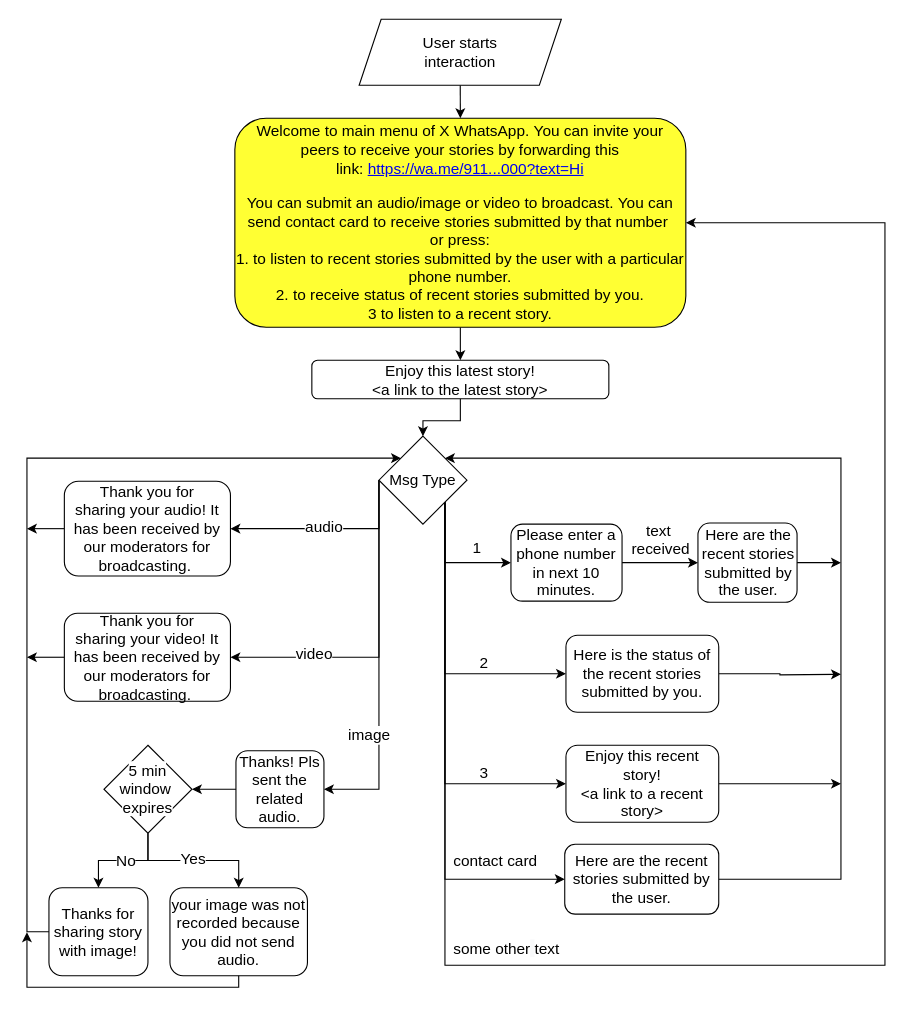
Above: page "PDF Flow7" (10 of 10) of DisseminationFlow.drawio in PriyankaVerma98/CGNetSwara-WhatsApp (draw.io), before the change. Source tidied: cells renumbered, new cells numbered last; positions are measured from the earlier drawing's top-left corner, leaving out a move shared by most shapes. Both pictures are drawn from the tidied source at 110%, with x=0, y=0 at pixel (-282, 19).
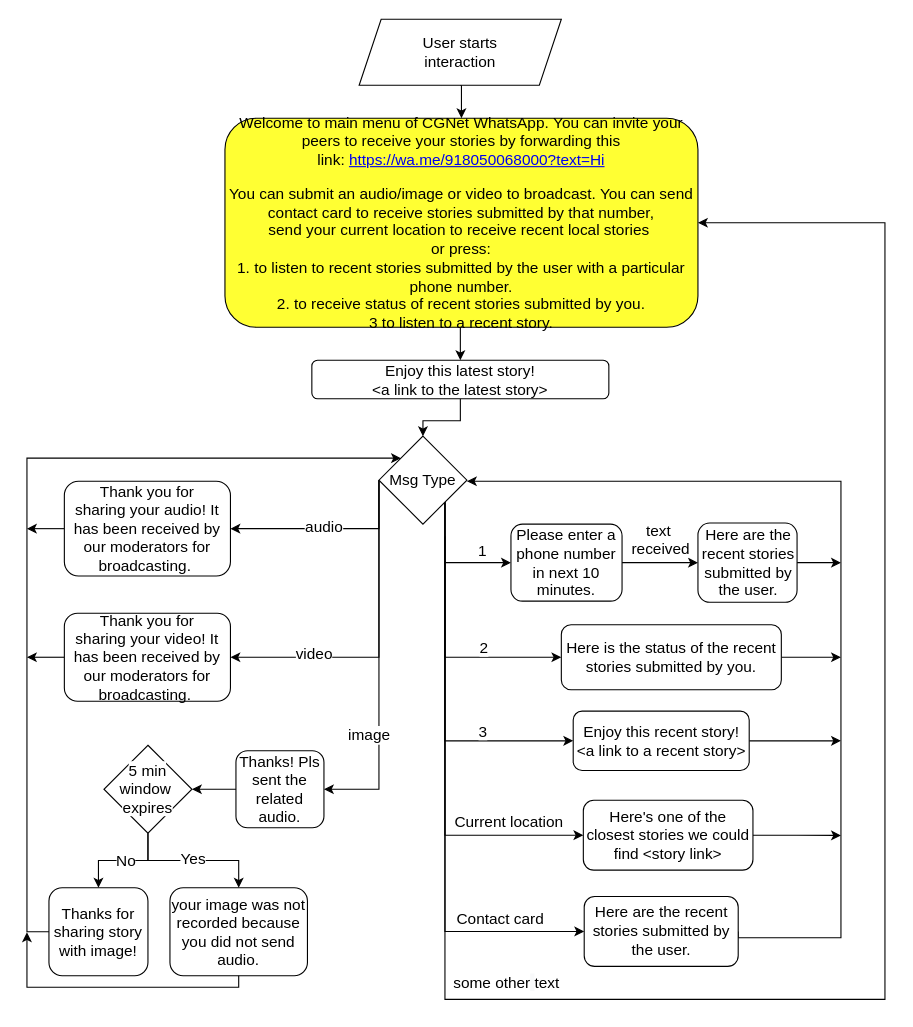
The same diagram, later.

The change refers to these unchanged cells:
```xml
<mxCell id="11" style="edgeStyle=orthogonalEdgeStyle;rounded=0;jettySize=auto;html=1;exitX=1;exitY=1;exitDx=0;exitDy=0;entryX=0;entryY=0.5;entryDx=0;entryDy=0;" parent="1" edge="1" source="16" target="32">
  <mxGeometry relative="1" as="geometry">
    <Array as="points">
      <mxPoint x="660" y="494" />
    </Array>
  </mxGeometry>
</mxCell>
<mxCell id="16" value="&lt;font style=&quot;font-size: 14px&quot;&gt;Msg Type&lt;/font&gt;" style="rhombus;whiteSpace=wrap;html=1;" parent="1" vertex="1">
  <mxGeometry x="600" y="379" width="80" height="80" as="geometry" />
</mxCell>
```

Diff of the diagram source:
```diff
@@
-    <mxCell id="10" style="edgeStyle=orthogonalEdgeStyle;rounded=0;jettySize=auto;html=1;entryX=1;entryY=0.5;entryDx=0;entryDy=0;exitX=1;exitY=1;exitDx=0;exitDy=0;" parent="1" edge="1" source="16" target="21">
+    <mxCell id="10" style="edgeStyle=orthogonalEdgeStyle;rounded=0;jettySize=auto;html=1;entryX=1;entryY=0.5;entryDx=0;entryDy=0;exitX=1;exitY=1;exitDx=0;exitDy=0;" parent="1" edge="1" target="21">
       <mxGeometry relative="1" as="geometry">
+        <mxPoint x="660" y="470" as="sourcePoint" />
         <Array as="points">
-          <mxPoint x="660" y="860" />
-          <mxPoint x="1060" y="860" />
+          <mxPoint x="660" y="891" />
+          <mxPoint x="1060" y="891" />
           <mxPoint x="1060" y="185" />
         </Array>
       </mxGeometry>
     </mxCell>
@@
     <mxCell id="12" value="&lt;span style=&quot;font-size: 14px&quot;&gt;1&lt;/span&gt;" style="edgeLabel;html=1;align=center;verticalAlign=middle;" parent="11" vertex="1">
       <mxGeometry x="0.45" y="-4" relative="1" as="geometry">
-        <mxPoint y="-18" as="offset" />
+        <mxPoint x="5" y="-16" as="offset" />
       </mxGeometry>
     </mxCell>
-    <mxCell id="13" style="edgeStyle=orthogonalEdgeStyle;rounded=0;jettySize=auto;html=1;exitX=1;exitY=1;exitDx=0;exitDy=0;entryX=0;entryY=0.5;entryDx=0;entryDy=0;" parent="1" edge="1" source="16" target="34">
+    <mxCell id="13" style="edgeStyle=orthogonalEdgeStyle;rounded=0;jettySize=auto;html=1;exitX=1;exitY=1;exitDx=0;exitDy=0;entryX=0;entryY=0.5;entryDx=0;entryDy=0;" parent="1" edge="1" target="34">
       <mxGeometry relative="1" as="geometry">
+        <mxPoint x="660" y="430" as="sourcePoint" />
         <Array as="points">
-          <mxPoint x="660" y="595" />
+          <mxPoint x="660" y="580" />
         </Array>
       </mxGeometry>
     </mxCell>
     <mxCell id="14" style="edgeStyle=orthogonalEdgeStyle;rounded=0;jettySize=auto;html=1;exitX=1;exitY=1;exitDx=0;exitDy=0;entryX=0;entryY=0.5;entryDx=0;entryDy=0;" parent="1" edge="1" source="16" target="38">
       <mxGeometry relative="1" as="geometry">
         <Array as="points">
-          <mxPoint x="660" y="695" />
+          <mxPoint x="660" y="656" />
         </Array>
       </mxGeometry>
     </mxCell>
-    <mxCell id="15" style="edgeStyle=orthogonalEdgeStyle;rounded=0;jettySize=auto;html=1;exitX=1;exitY=1;exitDx=0;exitDy=0;entryX=0;entryY=0.5;entryDx=0;entryDy=0;" parent="1" edge="1" source="16" target="40">
+    <mxCell id="15" style="edgeStyle=orthogonalEdgeStyle;rounded=0;jettySize=auto;html=1;exitX=1;exitY=1;exitDx=0;exitDy=0;entryX=0;entryY=0.5;entryDx=0;entryDy=0;" parent="1" edge="1" target="40">
       <mxGeometry relative="1" as="geometry">
+        <mxPoint x="660" y="492" as="sourcePoint" />
         <Array as="points">
-          <mxPoint x="660" y="782" />
+          <mxPoint x="660" y="829" />
         </Array>
       </mxGeometry>
     </mxCell>
+    <mxCell id="57" style="edgeStyle=orthogonalEdgeStyle;rounded=0;jettySize=auto;html=1;exitX=1;exitY=1;exitDx=0;exitDy=0;entryX=0;entryY=0.5;entryDx=0;entryDy=0;" parent="1" edge="1" source="16" target="59">
+      <mxGeometry relative="1" as="geometry">
+        <Array as="points">
+          <mxPoint x="660" y="742" />
+        </Array>
+      </mxGeometry>
+    </mxCell>
@@
-    <mxCell id="21" value="&lt;div&gt;&lt;font style=&quot;font-size: 14px&quot;&gt;&lt;span&gt;&lt;br&gt;&lt;/span&gt;&lt;/font&gt;&lt;/div&gt;&lt;div&gt;&lt;font style=&quot;font-size: 14px&quot;&gt;&lt;span&gt;Welcome to main menu of X WhatsApp.&amp;nbsp;&lt;/span&gt;&lt;span&gt;You can invite your peers to receive your stories by forwarding this link:&amp;nbsp;&lt;/span&gt;&lt;a href=&quot;https://wa.me/918050068000?text=Hi&quot;&gt;https://wa.me/911...000?text=Hi&lt;/a&gt;&lt;/font&gt;&lt;/div&gt;&lt;div&gt;&lt;br&gt;&lt;/div&gt;&lt;div&gt;&lt;font style=&quot;font-size: 14px&quot;&gt;You can submit an audio/image or video to broadcast.&amp;nbsp;&lt;/font&gt;&lt;font style=&quot;font-size: 14px&quot;&gt;You can send contact card to receive stories submitted by that number&amp;nbsp;&lt;/font&gt;&lt;/div&gt;&lt;div&gt;&lt;span style=&quot;font-size: 14px&quot;&gt;or press:&lt;/span&gt;&lt;/div&gt;&lt;div&gt;&lt;font style=&quot;font-size: 14px&quot;&gt;1.&amp;nbsp;&lt;/font&gt;&lt;span style=&quot;font-size: 14px&quot;&gt;to listen to recent stories submitted by the user with a particular phone number.&lt;/span&gt;&lt;/div&gt;&lt;div&gt;&lt;font style=&quot;font-size: 14px&quot;&gt;&lt;font&gt;2. to receive status of recent stories submitted by you&lt;/font&gt;.&lt;/font&gt;&lt;/div&gt;&lt;div&gt;&lt;font style=&quot;font-size: 14px&quot;&gt;3 to listen to a recent story.&lt;br&gt;&lt;/font&gt;&lt;/div&gt;&lt;div&gt;&lt;font style=&quot;font-size: 14px&quot;&gt;&lt;br&gt;&lt;/font&gt;&lt;/div&gt;" style="rounded=1;whiteSpace=wrap;html=1;fillColor=#FFFF33;" parent="1" vertex="1">
-      <mxGeometry x="469" y="90" width="410" height="190" as="geometry" />
+    <mxCell id="21" value="&lt;div&gt;&lt;font style=&quot;font-size: 14px&quot;&gt;&lt;span&gt;&lt;br&gt;&lt;/span&gt;&lt;/font&gt;&lt;/div&gt;&lt;div&gt;&lt;font style=&quot;font-size: 14px&quot;&gt;&lt;span&gt;Welcome to main menu of CGNet WhatsApp.&amp;nbsp;&lt;/span&gt;&lt;span&gt;You can invite your peers to receive your stories by forwarding this link:&amp;nbsp;&lt;/span&gt;&lt;a href=&quot;https://wa.me/918050068000?text=Hi&quot;&gt;https://wa.me/918050068000?text=Hi&lt;/a&gt;&lt;/font&gt;&lt;/div&gt;&lt;div&gt;&lt;br&gt;&lt;/div&gt;&lt;div&gt;&lt;font style=&quot;font-size: 14px&quot;&gt;You can submit an audio/image or video to broadcast.&amp;nbsp;&lt;/font&gt;&lt;font style=&quot;font-size: 14px&quot;&gt;You can send contact card to receive stories submitted by that number,&lt;/font&gt;&lt;/div&gt;&lt;div&gt;&lt;font style=&quot;font-size: 14px&quot;&gt;send your current location to receive recent local stories&amp;nbsp;&lt;/font&gt;&lt;/div&gt;&lt;div&gt;&lt;span style=&quot;font-size: 14px&quot;&gt;or press:&lt;/span&gt;&lt;/div&gt;&lt;div&gt;&lt;font style=&quot;font-size: 14px&quot;&gt;1.&amp;nbsp;&lt;/font&gt;&lt;span style=&quot;font-size: 14px&quot;&gt;to listen to recent stories submitted by the user with a particular phone number.&lt;/span&gt;&lt;/div&gt;&lt;div&gt;&lt;font style=&quot;font-size: 14px&quot;&gt;&lt;font&gt;2. to receive status of recent stories submitted by you&lt;/font&gt;.&lt;/font&gt;&lt;/div&gt;&lt;div&gt;&lt;font style=&quot;font-size: 14px&quot;&gt;3 to listen to a recent story.&lt;br&gt;&lt;/font&gt;&lt;/div&gt;&lt;div&gt;&lt;font style=&quot;font-size: 14px&quot;&gt;&lt;br&gt;&lt;/font&gt;&lt;/div&gt;" style="rounded=1;whiteSpace=wrap;html=1;fillColor=#FFFF33;" parent="1" vertex="1">
+      <mxGeometry x="460" y="90" width="430" height="190" as="geometry" />
     </mxCell>
@@
     <mxCell id="33" style="edgeStyle=orthogonalEdgeStyle;rounded=0;jettySize=auto;html=1;exitX=1;exitY=0.5;exitDx=0;exitDy=0;" parent="1" edge="1" source="34">
       <mxGeometry relative="1" as="geometry">
-        <mxPoint x="1020" y="595.5" as="targetPoint" />
+        <mxPoint x="1020" y="580" as="targetPoint" />
       </mxGeometry>
     </mxCell>
     <mxCell id="34" value="&lt;font style=&quot;font-size: 14px&quot;&gt;Here is the status of the recent stories submitted by you.&lt;/font&gt;" style="rounded=1;whiteSpace=wrap;html=1;align=center;" parent="1" vertex="1">
-      <mxGeometry x="770" y="560" width="138.9" height="70" as="geometry" />
+      <mxGeometry x="765.8" y="550.5" width="200" height="59" as="geometry" />
     </mxCell>
@@
     <mxCell id="37" style="edgeStyle=orthogonalEdgeStyle;rounded=0;jettySize=auto;html=1;exitX=1;exitY=0.5;exitDx=0;exitDy=0;" parent="1" edge="1" source="38">
       <mxGeometry relative="1" as="geometry">
-        <mxPoint x="1020" y="695" as="targetPoint" />
+        <mxPoint x="1020" y="656" as="targetPoint" />
+        <Array as="points">
+          <mxPoint x="1020" y="656" />
+        </Array>
       </mxGeometry>
     </mxCell>
     <mxCell id="38" value="&lt;font style=&quot;font-size: 14px&quot;&gt;Enjoy this recent story!&lt;br&gt;&lt;/font&gt;&lt;font style=&quot;font-size: 14px&quot;&gt;&amp;lt;a link to a recent story&amp;gt;&lt;/font&gt;" style="rounded=1;whiteSpace=wrap;html=1;align=center;" parent="1" vertex="1">
-      <mxGeometry x="770" y="660" width="138.9" height="70" as="geometry" />
+      <mxGeometry x="776.6" y="629" width="160" height="54" as="geometry" />
     </mxCell>
-    <mxCell id="39" style="edgeStyle=orthogonalEdgeStyle;rounded=0;jettySize=auto;html=1;exitX=1;exitY=0.5;exitDx=0;exitDy=0;entryX=1;entryY=0;entryDx=0;entryDy=0;" parent="1" edge="1" source="40" target="16">
+    <mxCell id="39" style="edgeStyle=orthogonalEdgeStyle;rounded=0;jettySize=auto;html=1;exitX=1;exitY=0.5;exitDx=0;exitDy=0;" parent="1" edge="1" source="40">
       <mxGeometry relative="1" as="geometry">
+        <mxPoint x="680" y="420" as="targetPoint" />
         <Array as="points">
-          <mxPoint x="1020" y="782" />
-          <mxPoint x="1020" y="399" />
+          <mxPoint x="927" y="835" />
+          <mxPoint x="1020" y="835" />
+          <mxPoint x="1020" y="420" />
         </Array>
       </mxGeometry>
     </mxCell>
     <mxCell id="40" value="&lt;span style=&quot;font-size: 14px&quot;&gt;Here are the recent stories submitted by the user.&lt;/span&gt;" style="rounded=1;whiteSpace=wrap;html=1;align=center;" parent="1" vertex="1">
-      <mxGeometry x="768.9" y="750" width="140" height="63.5" as="geometry" />
+      <mxGeometry x="786.6" y="797.5" width="140" height="63.5" as="geometry" />
     </mxCell>
@@
     <mxCell id="53" value="&lt;span style=&quot;color: rgb(0 , 0 , 0) ; font-family: &amp;#34;helvetica&amp;#34; ; font-size: 14px ; font-style: normal ; font-weight: normal ; letter-spacing: normal ; text-align: center ; text-indent: 0px ; text-transform: none ; word-spacing: 0px ; background-color: rgb(255 , 255 , 255) ; text-decoration: none ; display: inline ; float: none&quot;&gt;2&lt;/span&gt;" style="text;whiteSpace=wrap;html=1;" parent="1" vertex="1">
-      <mxGeometry x="690" y="570" width="30" height="30" as="geometry" />
+      <mxGeometry x="690" y="557" width="30" height="30" as="geometry" />
     </mxCell>
     <mxCell id="54" value="&lt;span style=&quot;color: rgb(0 , 0 , 0) ; font-family: &amp;#34;helvetica&amp;#34; ; font-size: 14px ; font-style: normal ; font-weight: normal ; letter-spacing: normal ; text-align: center ; text-indent: 0px ; text-transform: none ; word-spacing: 0px ; background-color: rgb(255 , 255 , 255) ; text-decoration: none ; display: inline ; float: none&quot;&gt;3&lt;/span&gt;" style="text;whiteSpace=wrap;html=1;" parent="1" vertex="1">
-      <mxGeometry x="690" y="670" width="30" height="30" as="geometry" />
+      <mxGeometry x="689" y="633" width="30" height="30" as="geometry" />
     </mxCell>
     <mxCell id="55" value="&lt;font style=&quot;font-size: 14px&quot;&gt;&lt;span style=&quot;color: rgb(0 , 0 , 0) ; font-style: normal ; font-weight: normal ; letter-spacing: normal ; text-align: center ; text-indent: 0px ; text-transform: none ; word-spacing: 0px ; background-color: rgb(255 , 255 , 255) ; text-decoration: none ; display: inline ; float: none&quot;&gt;some other&lt;/span&gt;&lt;span style=&quot;color: rgb(0 , 0 , 0) ; font-style: normal ; font-weight: normal ; letter-spacing: normal ; text-align: center ; text-indent: 0px ; text-transform: none ; word-spacing: 0px ; text-decoration: none ; display: inline ; float: none ; background-color: rgb(248 , 249 , 250)&quot;&gt;&amp;nbsp;&lt;/span&gt;&lt;span style=&quot;color: rgb(0 , 0 , 0) ; font-style: normal ; font-weight: normal ; letter-spacing: normal ; text-align: center ; text-indent: 0px ; text-transform: none ; word-spacing: 0px ; background-color: rgb(255 , 255 , 255) ; text-decoration: none ; display: inline ; float: none&quot;&gt;text&lt;/span&gt;&lt;/font&gt;" style="text;whiteSpace=wrap;html=1;" parent="1" vertex="1">
-      <mxGeometry x="665.8" y="830" width="104.2" height="20" as="geometry" />
+      <mxGeometry x="665.8" y="861" width="104.2" height="20" as="geometry" />
     </mxCell>
-    <mxCell id="56" value="&lt;span style=&quot;color: rgb(0 , 0 , 0) ; font-family: &amp;#34;helvetica&amp;#34; ; font-size: 14px ; font-style: normal ; font-weight: normal ; letter-spacing: normal ; text-align: center ; text-indent: 0px ; text-transform: none ; word-spacing: 0px ; background-color: rgb(255 , 255 , 255) ; text-decoration: none ; display: inline ; float: none&quot;&gt;contact card&lt;/span&gt;" style="text;whiteSpace=wrap;html=1;" parent="1" vertex="1">
-      <mxGeometry x="665.8" y="750" width="110" height="30" as="geometry" />
+    <mxCell id="56" value="&lt;span style=&quot;color: rgb(0 , 0 , 0) ; font-family: &amp;#34;helvetica&amp;#34; ; font-size: 14px ; font-style: normal ; font-weight: normal ; letter-spacing: normal ; text-align: center ; text-indent: 0px ; text-transform: none ; word-spacing: 0px ; background-color: rgb(255 , 255 , 255) ; text-decoration: none ; display: inline ; float: none&quot;&gt;Contact card&lt;/span&gt;" style="text;whiteSpace=wrap;html=1;" parent="1" vertex="1">
+      <mxGeometry x="668.8" y="803" width="84.2" height="27" as="geometry" />
     </mxCell>
+    <mxCell id="58" style="edgeStyle=orthogonalEdgeStyle;rounded=0;jettySize=auto;html=1;exitX=1;exitY=0.5;exitDx=0;exitDy=0;" parent="1" edge="1" source="59">
+      <mxGeometry relative="1" as="geometry">
+        <mxPoint x="1020" y="742" as="targetPoint" />
+      </mxGeometry>
+    </mxCell>
+    <mxCell id="59" value="&lt;span style=&quot;font-size: 14px&quot;&gt;Here's one of the closest stories we could find &amp;lt;story link&amp;gt;&lt;/span&gt;" style="rounded=1;whiteSpace=wrap;html=1;align=center;" parent="1" vertex="1">
+      <mxGeometry x="785.8" y="710" width="154.2" height="63.5" as="geometry" />
+    </mxCell>
+    <mxCell id="60" value="&lt;font style=&quot;font-size: 14px&quot;&gt;Current location&lt;/font&gt;" style="text;html=1;align=center;verticalAlign=middle;strokeColor=none;" parent="1" vertex="1">
+      <mxGeometry x="662.9" y="720" width="110" height="20" as="geometry" />
+    </mxCell>
```
